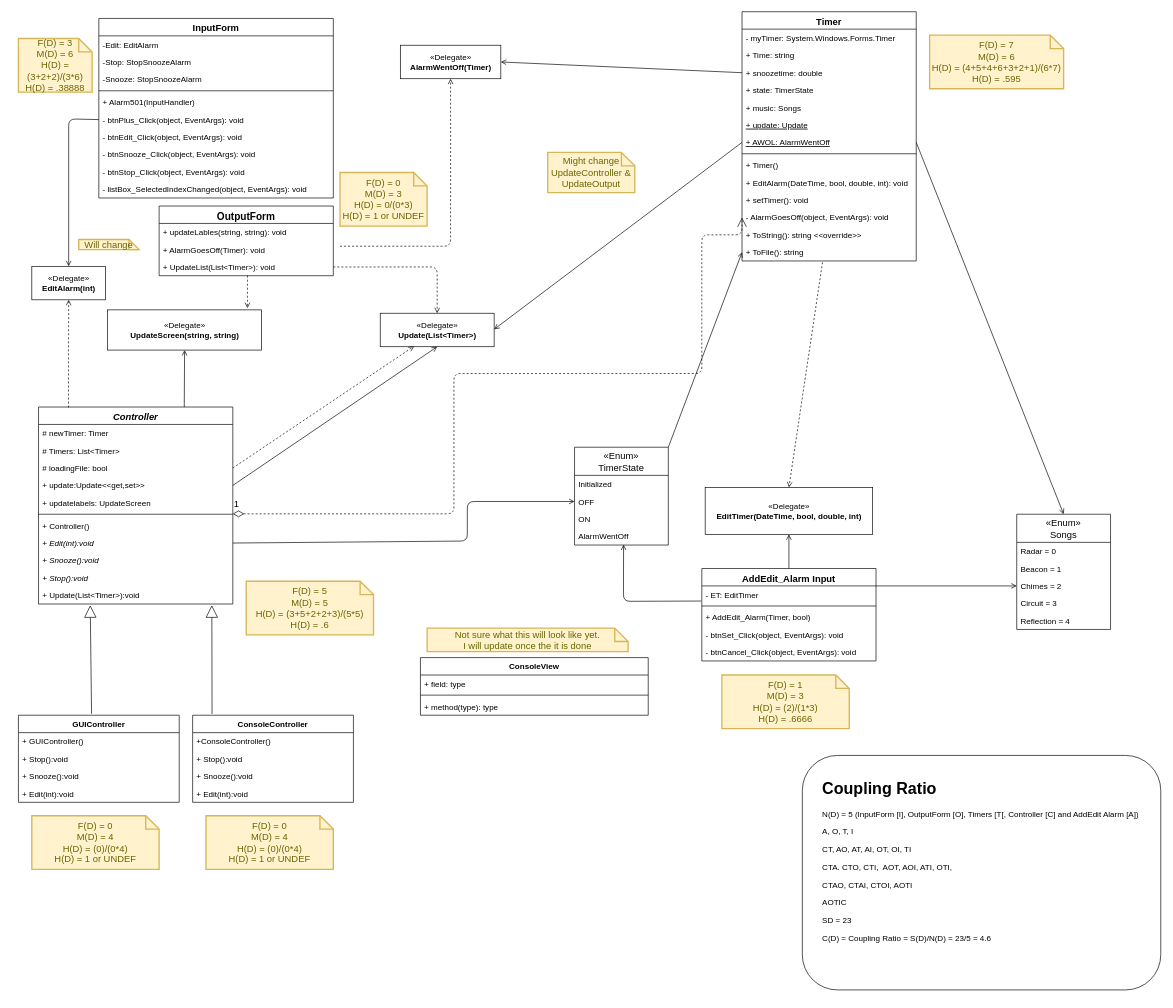
This is page "Page-1" (1 of 2) of Alarm-Project 3.drawio from Rosebaugh/CS501, a draw.io file, before an edit. Source tidied: cells renumbered, new cells numbered last; positions are measured from the earlier drawing's top-left corner, leaving out a move shared by most shapes. Both pictures are drawn from the tidied source at 67%, with x=0, y=0 at pixel (18, 11).
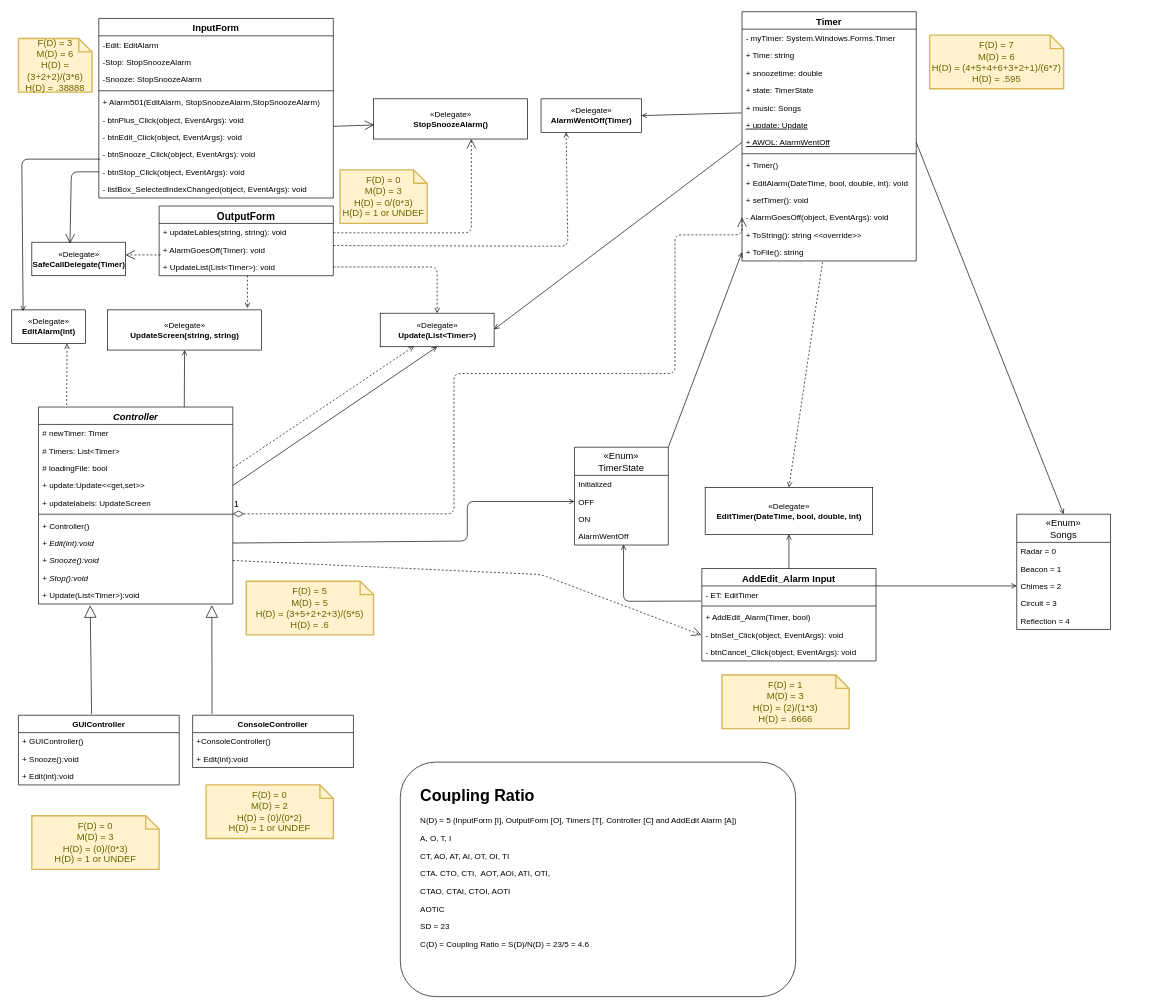
After the change.

Unchanged cells that the change refers to:
```xml
<mxCell id="2" value="InputForm" style="swimlane;fontStyle=1;align=center;verticalAlign=top;horizontal=1;startSize=26;fontSize=14;" parent="1" vertex="1">
  <mxGeometry x="120" y="10" width="350" height="268" as="geometry" />
</mxCell>
<mxCell id="8" value="- btnPlus_Click(object, EventArgs): void" style="text;strokeColor=none;fillColor=none;align=left;verticalAlign=top;spacingLeft=4;spacingRight=4;overflow=hidden;points=[[0,0.5],[1,0.5]];portConstraint=eastwest;" parent="2" vertex="1">
  <mxGeometry y="138" width="350" height="26" as="geometry" />
</mxCell>
<mxCell id="10" value="- btnSnooze_Click(object, EventArgs): void" style="text;strokeColor=none;fillColor=none;align=left;verticalAlign=top;spacingLeft=4;spacingRight=4;overflow=hidden;points=[[0,0.5],[1,0.5]];portConstraint=eastwest;" parent="2" vertex="1">
  <mxGeometry y="190" width="350" height="26" as="geometry" />
</mxCell>
<mxCell id="11" value="- btnStop_Click(object, EventArgs): void" style="text;strokeColor=none;fillColor=none;align=left;verticalAlign=top;spacingLeft=4;spacingRight=4;overflow=hidden;points=[[0,0.5],[1,0.5]];portConstraint=eastwest;" parent="2" vertex="1">
  <mxGeometry y="216" width="350" height="26" as="geometry" />
</mxCell>
<mxCell id="15" value="+ AlarmGoesOff(Timer): void" style="text;strokeColor=none;fillColor=none;align=left;verticalAlign=top;spacingLeft=4;spacingRight=4;overflow=hidden;points=[[0,0.5],[1,0.5]];portConstraint=eastwest;" parent="13" vertex="1">
  <mxGeometry y="52" width="260" height="26" as="geometry" />
</mxCell>
<mxCell id="20" value="+ snoozetime: double" style="text;strokeColor=none;fillColor=none;align=left;verticalAlign=top;spacingLeft=4;spacingRight=4;overflow=hidden;points=[[0,0.5],[1,0.5]];portConstraint=eastwest;" parent="17" vertex="1">
  <mxGeometry y="78" width="260" height="26" as="geometry" />
</mxCell>
<mxCell id="22" value="+ music: Songs" style="text;strokeColor=none;fillColor=none;align=left;verticalAlign=top;spacingLeft=4;spacingRight=4;overflow=hidden;points=[[0,0.5],[1,0.5]];portConstraint=eastwest;" parent="17" vertex="1">
  <mxGeometry y="130" width="260" height="26" as="geometry" />
</mxCell>
<mxCell id="29" value="- AlarmGoesOff(object, EventArgs): void" style="text;strokeColor=none;fillColor=none;align=left;verticalAlign=top;spacingLeft=4;spacingRight=4;overflow=hidden;points=[[0,0.5],[1,0.5]];portConstraint=eastwest;" parent="17" vertex="1">
  <mxGeometry y="294" width="260" height="26" as="geometry" />
</mxCell>
<mxCell id="38" value="Controller&#10;" style="swimlane;fontStyle=3;align=center;verticalAlign=top;horizontal=1;startSize=26;fontSize=14;" parent="1" vertex="1">
  <mxGeometry x="30" y="590" width="290" height="294" as="geometry" />
</mxCell>
<mxCell id="47" value="+ Snooze():void" style="text;strokeColor=none;fillColor=none;align=left;verticalAlign=top;spacingLeft=4;spacingRight=4;overflow=hidden;points=[[0,0.5],[1,0.5]];portConstraint=eastwest;fontStyle=2;" parent="38" vertex="1">
  <mxGeometry y="216" width="290" height="26" as="geometry" />
</mxCell>
```

Change to the diagram source:
```diff
@@
-    <mxCell id="7" value="+ Alarm501(InputHandler)" style="text;strokeColor=none;fillColor=none;align=left;verticalAlign=top;spacingLeft=4;spacingRight=4;overflow=hidden;" parent="2" vertex="1">
+    <mxCell id="7" value="+ Alarm501(EditAlarm, StopSnoozeAlarm,StopSnoozeAlarm)" style="text;strokeColor=none;fillColor=none;align=left;verticalAlign=top;spacingLeft=4;spacingRight=4;overflow=hidden;" parent="2" vertex="1">
       <mxGeometry y="112" width="350" height="26" as="geometry" />
     </mxCell>
@@
     <mxCell id="51" value="«Delegate»&lt;br&gt;&lt;b&gt;AlarmWentOff(Timer)&lt;/b&gt;" style="html=1;" parent="1" vertex="1">
-      <mxGeometry x="570" y="50" width="150" height="50" as="geometry" />
+      <mxGeometry x="780" y="130" width="150" height="50" as="geometry" />
     </mxCell>
@@
     <mxCell id="53" value="«Delegate»&lt;br&gt;&lt;b&gt;EditAlarm(int)&lt;/b&gt;" style="html=1;" parent="1" vertex="1">
-      <mxGeometry x="20" y="380" width="110" height="50" as="geometry" />
+      <mxGeometry x="-10" y="445" width="110" height="50" as="geometry" />
     </mxCell>
@@
-    <mxCell id="70" style="html=1;verticalAlign=bottom;endArrow=open;endFill=0;entryX=0.5;entryY=1;entryDx=0;entryDy=0;dashed=1;" parent="1" edge="1" target="51">
+    <mxCell id="70" style="html=1;verticalAlign=bottom;endArrow=open;endFill=0;entryX=0.25;entryY=1;entryDx=0;entryDy=0;dashed=1;exitX=1;exitY=0.269;exitDx=0;exitDy=0;exitPerimeter=0;" parent="1" edge="1" source="15" target="51">
       <mxGeometry relative="1" as="geometry">
-        <mxPoint x="480" y="350" as="sourcePoint" />
         <Array as="points">
-          <mxPoint x="645" y="350" />
+          <mxPoint x="820" y="350" />
         </Array>
       </mxGeometry>
     </mxCell>
-    <mxCell id="71" style="html=1;verticalAlign=bottom;endArrow=open;endFill=0;entryX=1;entryY=0.5;entryDx=0;entryDy=0;exitX=0;exitY=0.5;exitDx=0;exitDy=0;" parent="1" edge="1" source="20" target="51">
+    <mxCell id="71" style="html=1;verticalAlign=bottom;endArrow=open;endFill=0;entryX=1;entryY=0.5;entryDx=0;entryDy=0;exitX=-0.004;exitY=0.808;exitDx=0;exitDy=0;exitPerimeter=0;" parent="1" edge="1" source="22" target="51">
       <mxGeometry relative="1" as="geometry" />
     </mxCell>
-    <mxCell id="72" style="html=1;verticalAlign=bottom;endArrow=open;endFill=0;entryX=0.5;entryY=1;entryDx=0;entryDy=0;dashed=1;exitX=0.154;exitY=0.003;exitDx=0;exitDy=0;exitPerimeter=0;" parent="1" edge="1" source="38" target="53">
+    <mxCell id="72" style="html=1;verticalAlign=bottom;endArrow=open;endFill=0;dashed=1;exitX=0.145;exitY=-0.01;exitDx=0;exitDy=0;exitPerimeter=0;entryX=0.75;entryY=1;entryDx=0;entryDy=0;" parent="1" edge="1" source="38" target="53">
       <mxGeometry relative="1" as="geometry" />
     </mxCell>
-    <mxCell id="73" style="html=1;verticalAlign=bottom;endArrow=open;endFill=0;entryX=0.5;entryY=0;entryDx=0;entryDy=0;exitX=0;exitY=0.5;exitDx=0;exitDy=0;" parent="1" edge="1" source="8" target="53">
+    <mxCell id="73" style="html=1;verticalAlign=bottom;endArrow=open;endFill=0;entryX=0.155;entryY=0.04;entryDx=0;entryDy=0;exitX=0.006;exitY=0.769;exitDx=0;exitDy=0;exitPerimeter=0;entryPerimeter=0;" parent="1" edge="1" source="10" target="53">
       <mxGeometry relative="1" as="geometry">
         <Array as="points">
-          <mxPoint x="75" y="160" />
+          <mxPoint x="5" y="220" />
         </Array>
       </mxGeometry>
     </mxCell>
@@
     <mxCell id="82" value="1" style="endArrow=open;html=1;endSize=12;startArrow=diamondThin;startSize=14;startFill=0;edgeStyle=orthogonalEdgeStyle;align=left;verticalAlign=bottom;dashed=1;fontSize=14;entryX=0;entryY=0.5;entryDx=0;entryDy=0;" parent="1" edge="1" target="29">
       <mxGeometry x="-1" y="3" relative="1" as="geometry">
         <mxPoint x="320" y="749.4" as="sourcePoint" />
         <Array as="points">
           <mxPoint x="650" y="749" />
           <mxPoint x="650" y="540" />
-          <mxPoint x="1020" y="540" />
-          <mxPoint x="1020" y="333" />
+          <mxPoint x="980" y="540" />
+          <mxPoint x="980" y="333" />
+          <mxPoint x="1080" y="333" />
         </Array>
       </mxGeometry>
     </mxCell>
@@
     <mxCell id="84" style="rounded=1;whiteSpace=wrap;html=1;" parent="1" vertex="1">
-      <mxGeometry x="1170" y="1110" width="535" height="350" as="geometry" />
+      <mxGeometry x="570" y="1120" width="590" height="350" as="geometry" />
     </mxCell>
     <mxCell id="85" value="&lt;p style=&quot;line-height: 60%&quot;&gt;&lt;/p&gt;&lt;h1&gt;Coupling Ratio&lt;/h1&gt;&lt;p&gt;N(D) = 5 (InputForm [I], OutputForm [O], Timers [T[, Controller [C] and AddEdit Alarm [A])&lt;/p&gt;&lt;p&gt;A, O, T, I&lt;/p&gt;&lt;p&gt;CT, AO, AT, AI, OT, OI, TI&lt;/p&gt;&lt;p&gt;CTA. CTO, CTI,&amp;nbsp; AOT, AOI, ATI, OTI,&lt;/p&gt;&lt;p&gt;CTAO, CTAI, CTOI, AOTI&lt;/p&gt;&lt;p&gt;AOTIC&lt;/p&gt;&lt;p&gt;SD = 23&lt;/p&gt;&lt;p&gt;C(D) =&amp;nbsp;&lt;span&gt;Coupling Ratio = S(D)/N(D) = 23/5 = 4.6&amp;nbsp;&lt;/span&gt;&lt;/p&gt;&lt;br&gt;&lt;p&gt;&lt;/p&gt;" style="text;html=1;strokeColor=none;fillColor=none;spacing=5;spacingTop=-20;whiteSpace=wrap;overflow=hidden;rounded=0;" parent="1" vertex="1">
-      <mxGeometry x="1195" y="1140" width="500" height="270" as="geometry" />
+      <mxGeometry x="595" y="1150" width="555" height="270" as="geometry" />
     </mxCell>
@@
     <mxCell id="87" value="F(D) = 0&lt;br&gt;M(D) = 3&lt;br&gt;H(D) = 0/(0*3)&lt;br&gt;H(D) = 1 or UNDEF" style="shape=note;strokeWidth=2;fontSize=14;size=20;whiteSpace=wrap;html=1;fillColor=#fff2cc;strokeColor=#d6b656;fontColor=#666600;" parent="1" vertex="1">
-      <mxGeometry x="480" y="240" width="130" height="80" as="geometry" />
+      <mxGeometry x="480" y="236" width="130" height="80" as="geometry" />
     </mxCell>
@@
-    <mxCell id="91" value="Might change&lt;br&gt;UpdateController &amp;amp; UpdateOutput" style="shape=note;strokeWidth=2;fontSize=14;size=20;whiteSpace=wrap;html=1;fillColor=#fff2cc;strokeColor=#d6b656;fontColor=#666600;" parent="1" vertex="1">
-      <mxGeometry x="790" y="210" width="130" height="60" as="geometry" />
-    </mxCell>
-    <mxCell id="92" value="Will change" style="shape=note;strokeWidth=2;fontSize=14;size=20;whiteSpace=wrap;html=1;fillColor=#fff2cc;strokeColor=#d6b656;fontColor=#666600;" parent="1" vertex="1">
-      <mxGeometry x="90" y="340" width="90" height="15" as="geometry" />
-    </mxCell>
     <mxCell id="93" value="GUIController" style="swimlane;fontStyle=1;align=center;verticalAlign=top;horizontal=1;startSize=26;" parent="1" vertex="1">
-      <mxGeometry y="1050" width="240" height="130" as="geometry" />
+      <mxGeometry y="1050" width="240" height="104" as="geometry" />
     </mxCell>
@@
-    <mxCell id="95" value="+ Stop():void" style="text;strokeColor=none;fillColor=none;align=left;verticalAlign=top;spacingLeft=4;spacingRight=4;overflow=hidden;" parent="93" vertex="1">
-      <mxGeometry y="52" width="240" height="26" as="geometry" />
-    </mxCell>
     <mxCell id="96" value="+ Snooze():void" style="text;strokeColor=none;fillColor=none;align=left;verticalAlign=top;spacingLeft=4;spacingRight=4;overflow=hidden;" parent="93" vertex="1">
-      <mxGeometry y="78" width="240" height="26" as="geometry" />
+      <mxGeometry y="52" width="240" height="26" as="geometry" />
     </mxCell>
     <mxCell id="97" value="+ Edit(int):void" style="text;strokeColor=none;fillColor=none;align=left;verticalAlign=top;spacingLeft=4;spacingRight=4;overflow=hidden;" parent="93" vertex="1">
-      <mxGeometry y="104" width="240" height="26" as="geometry" />
+      <mxGeometry y="78" width="240" height="26" as="geometry" />
     </mxCell>
     <mxCell id="98" value="ConsoleController" style="swimlane;fontStyle=1;align=center;verticalAlign=top;horizontal=1;startSize=26;" parent="1" vertex="1">
-      <mxGeometry x="260" y="1050" width="240" height="130" as="geometry" />
+      <mxGeometry x="260" y="1050" width="240" height="78" as="geometry" />
     </mxCell>
@@
-    <mxCell id="100" value="+ Stop():void" style="text;strokeColor=none;fillColor=none;align=left;verticalAlign=top;spacingLeft=4;spacingRight=4;overflow=hidden;" parent="98" vertex="1">
-      <mxGeometry y="52" width="240" height="26" as="geometry" />
-    </mxCell>
-    <mxCell id="101" value="+ Snooze():void" style="text;strokeColor=none;fillColor=none;align=left;verticalAlign=top;spacingLeft=4;spacingRight=4;overflow=hidden;" parent="98" vertex="1">
-      <mxGeometry y="78" width="240" height="26" as="geometry" />
-    </mxCell>
     <mxCell id="102" value="+ Edit(int):void" style="text;strokeColor=none;fillColor=none;align=left;verticalAlign=top;spacingLeft=4;spacingRight=4;overflow=hidden;" parent="98" vertex="1">
-      <mxGeometry y="104" width="240" height="26" as="geometry" />
+      <mxGeometry y="52" width="240" height="26" as="geometry" />
     </mxCell>
@@
-    <mxCell id="105" value="ConsoleView" style="swimlane;fontStyle=1;align=center;verticalAlign=top;horizontal=1;startSize=26;" parent="1" vertex="1">
-      <mxGeometry x="600" y="964" width="340" height="86" as="geometry" />
-    </mxCell>
-    <mxCell id="106" value="+ field: type" style="text;strokeColor=none;fillColor=none;align=left;verticalAlign=top;spacingLeft=4;spacingRight=4;overflow=hidden;" parent="105" vertex="1">
-      <mxGeometry y="26" width="340" height="26" as="geometry" />
-    </mxCell>
-    <mxCell id="107" style="line;strokeWidth=1;fillColor=none;align=left;verticalAlign=middle;spacingTop=-1;spacingLeft=3;spacingRight=3;labelPosition=right;" parent="105" vertex="1">
-      <mxGeometry y="52" width="340" height="8" as="geometry" />
-    </mxCell>
-    <mxCell id="108" value="+ method(type): type" style="text;strokeColor=none;fillColor=none;align=left;verticalAlign=top;spacingLeft=4;spacingRight=4;overflow=hidden;" parent="105" vertex="1">
-      <mxGeometry y="60" width="340" height="26" as="geometry" />
-    </mxCell>
-    <mxCell id="109" value="Not sure what this will look like yet.&lt;br&gt;I will update once the it is done" style="shape=note;strokeWidth=2;fontSize=14;size=20;whiteSpace=wrap;html=1;fillColor=#fff2cc;strokeColor=#d6b656;fontColor=#666600;" parent="1" vertex="1">
-      <mxGeometry x="610" y="920" width="300" height="35" as="geometry" />
-    </mxCell>
-    <mxCell id="110" value="F(D) = 0&lt;br&gt;M(D) = 4&lt;br&gt;H(D) = (0)/(0*4)&lt;br&gt;H(D) = 1 or UNDEF" style="shape=note;strokeWidth=2;fontSize=14;size=20;whiteSpace=wrap;html=1;fillColor=#fff2cc;strokeColor=#d6b656;fontColor=#666600;" parent="1" vertex="1">
+    <mxCell id="110" value="F(D) = 0&lt;br&gt;M(D) = 3&lt;br&gt;H(D) = (0)/(0*3)&lt;br&gt;H(D) = 1 or UNDEF" style="shape=note;strokeWidth=2;fontSize=14;size=20;whiteSpace=wrap;html=1;fillColor=#fff2cc;strokeColor=#d6b656;fontColor=#666600;" parent="1" vertex="1">
       <mxGeometry x="20" y="1200" width="190" height="80" as="geometry" />
     </mxCell>
-    <mxCell id="111" value="F(D) = 0&lt;br&gt;M(D) = 4&lt;br&gt;H(D) = (0)/(0*4)&lt;br&gt;H(D) = 1 or UNDEF" style="shape=note;strokeWidth=2;fontSize=14;size=20;whiteSpace=wrap;html=1;fillColor=#fff2cc;strokeColor=#d6b656;fontColor=#666600;" parent="1" vertex="1">
-      <mxGeometry x="280" y="1200" width="190" height="80" as="geometry" />
+    <mxCell id="111" value="F(D) = 0&lt;br&gt;M(D) = 2&lt;br&gt;H(D) = (0)/(0*2)&lt;br&gt;H(D) = 1 or UNDEF" style="shape=note;strokeWidth=2;fontSize=14;size=20;whiteSpace=wrap;html=1;fillColor=#fff2cc;strokeColor=#d6b656;fontColor=#666600;" parent="1" vertex="1">
+      <mxGeometry x="280" y="1154" width="190" height="80" as="geometry" />
     </mxCell>
+    <mxCell id="112" value="«Delegate»&lt;br&gt;&lt;b&gt;StopSnoozeAlarm()&lt;/b&gt;" style="html=1;" parent="1" vertex="1">
+      <mxGeometry x="530" y="130" width="230" height="60" as="geometry" />
+    </mxCell>
+    <mxCell id="113" style="endArrow=open;endFill=1;endSize=12;html=1;exitX=1;exitY=0.885;exitDx=0;exitDy=0;exitPerimeter=0;entryX=0.004;entryY=0.65;entryDx=0;entryDy=0;entryPerimeter=0;" parent="1" edge="1" source="8" target="112">
+      <mxGeometry relative="1" as="geometry" />
+    </mxCell>
+    <mxCell id="114" value="«Delegate»&lt;br&gt;&lt;b&gt;SafeCallDelegate(Timer)&lt;/b&gt;" style="html=1;" parent="1" vertex="1">
+      <mxGeometry x="20" y="344" width="140" height="50" as="geometry" />
+    </mxCell>
+    <mxCell id="115" style="endArrow=open;endFill=1;endSize=12;html=1;exitX=0.008;exitY=0.808;exitDx=0;exitDy=0;exitPerimeter=0;dashed=1;" parent="1" edge="1" source="15">
+      <mxGeometry relative="1" as="geometry">
+        <mxPoint x="160" y="363" as="targetPoint" />
+      </mxGeometry>
+    </mxCell>
+    <mxCell id="116" style="endArrow=open;endFill=0;endSize=12;html=1;exitX=0;exitY=0.5;exitDx=0;exitDy=0;startArrow=none;startFill=0;entryX=0.407;entryY=0.04;entryDx=0;entryDy=0;entryPerimeter=0;" parent="1" edge="1" source="11" target="114">
+      <mxGeometry relative="1" as="geometry">
+        <Array as="points">
+          <mxPoint x="79" y="239" />
+        </Array>
+      </mxGeometry>
+    </mxCell>
+    <mxCell id="117" style="endArrow=open;endFill=1;endSize=12;html=1;entryX=0.635;entryY=1;entryDx=0;entryDy=0;entryPerimeter=0;dashed=1;" parent="1" edge="1" target="112">
+      <mxGeometry relative="1" as="geometry">
+        <mxPoint x="470" y="330" as="sourcePoint" />
+        <Array as="points">
+          <mxPoint x="676" y="330" />
+        </Array>
+      </mxGeometry>
+    </mxCell>
+    <mxCell id="118" style="endArrow=open;endFill=1;endSize=12;html=1;dashed=1;exitX=1;exitY=0.5;exitDx=0;exitDy=0;" parent="1" edge="1" source="47">
+      <mxGeometry relative="1" as="geometry">
+        <mxPoint x="1019" y="930" as="targetPoint" />
+        <Array as="points">
+          <mxPoint x="780" y="840" />
+        </Array>
+      </mxGeometry>
+    </mxCell>
```
